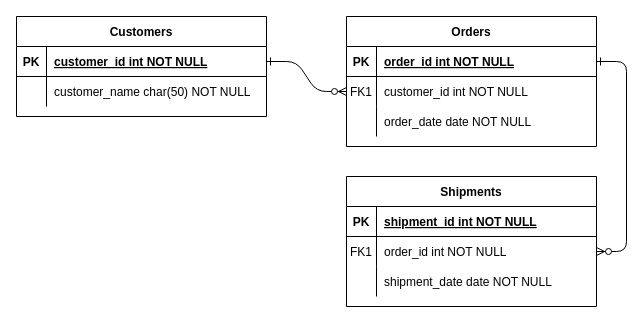
This is IEC 61400-15-2 DEF.drawio from IEC-61400-15/eya_def, a draw.io file, before an edit. Source tidied: cells renumbered, new cells numbered last; positions are measured from the earlier drawing's top-left corner, leaving out a move shared by most shapes. Both pictures are drawn from the tidied source at 100%, with x=0, y=0 at pixel (16, 16).
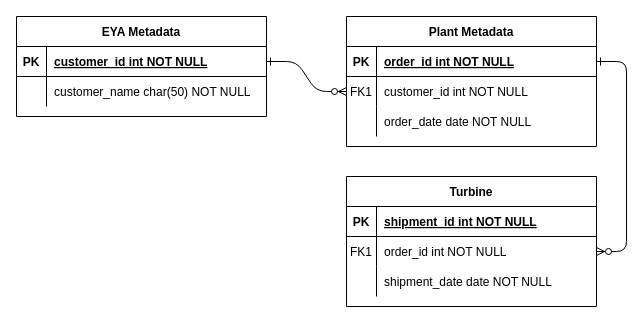
After the change.

Change to the diagram source:
```diff
@@
-    <mxCell id="4" value="Orders" style="shape=table;startSize=30;childLayout=tableLayout;rowLines=0;fontStyle=1;align=center;" parent="1" vertex="1">
+    <mxCell id="4" value="Plant Metadata" style="shape=table;startSize=30;childLayout=tableLayout;rowLines=0;fontStyle=1;align=center;" parent="1" vertex="1">
       <mxGeometry x="330" width="250" height="130" as="geometry" />
     </mxCell>
@@
-    <mxCell id="14" value="Shipments" style="shape=table;startSize=30;childLayout=tableLayout;rowLines=0;fontStyle=1;align=center;" parent="1" vertex="1">
+    <mxCell id="14" value="Turbine" style="shape=table;startSize=30;childLayout=tableLayout;rowLines=0;fontStyle=1;align=center;" parent="1" vertex="1">
       <mxGeometry x="330" y="160" width="250" height="130" as="geometry" />
     </mxCell>
@@
-    <mxCell id="24" value="Customers" style="shape=table;startSize=30;childLayout=tableLayout;rowLines=0;fontStyle=1;align=center;" parent="1" vertex="1">
+    <mxCell id="24" value="EYA Metadata" style="shape=table;startSize=30;childLayout=tableLayout;rowLines=0;fontStyle=1;align=center;" parent="1" vertex="1">
       <mxGeometry width="250" height="100" as="geometry" />
     </mxCell>
```
